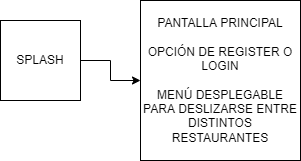
angelcriber99/jerou keeps this draw.io diagram as Diagrama sin título.drawio.png. Above is the earlier version. Source tidied: cells renumbered, new cells last; positions are measured from the earlier drawing's top-left corner, leaving out a move shared by most shapes.
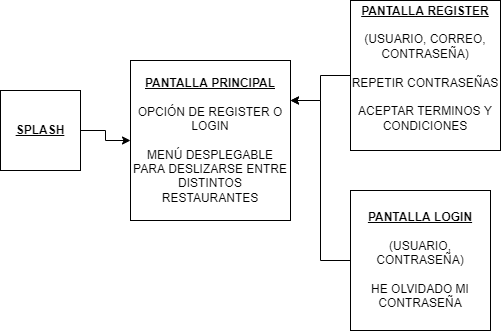
Above is the later version.

Change to the diagram source:
```diff
@@ -5,11 +5,23 @@
     <mxCell id="2" style="edgeStyle=orthogonalEdgeStyle;rounded=0;jettySize=auto;html=1;" parent="1" edge="1" source="3" target="4">
       <mxGeometry relative="1" as="geometry" />
     </mxCell>
-    <mxCell id="3" value="SPLASH" style="whiteSpace=wrap;html=1;" parent="1" vertex="1">
+    <mxCell id="3" value="&lt;b&gt;&lt;u&gt;SPLASH&lt;/u&gt;&lt;/b&gt;" style="whiteSpace=wrap;html=1;" parent="1" vertex="1">
       <mxGeometry y="20" width="80" height="80" as="geometry" />
     </mxCell>
-    <mxCell id="4" value="PANTALLA PRINCIPAL&lt;br&gt;&lt;br&gt;OPCIÓN DE REGISTER O LOGIN&lt;br&gt;&lt;br&gt;MENÚ DESPLEGABLE PARA DESLIZARSE ENTRE DISTINTOS RESTAURANTES" style="whiteSpace=wrap;html=1;" parent="1" vertex="1">
-      <mxGeometry x="140" width="160" height="160" as="geometry" />
+    <mxCell id="4" value="&lt;b&gt;&lt;u&gt;PANTALLA PRINCIPAL&lt;/u&gt;&lt;/b&gt;&lt;br&gt;&lt;br&gt;OPCIÓN DE REGISTER O LOGIN&lt;br&gt;&lt;br&gt;MENÚ DESPLEGABLE PARA DESLIZARSE ENTRE DISTINTOS RESTAURANTES" style="whiteSpace=wrap;html=1;" parent="1" vertex="1">
+      <mxGeometry x="130" y="-10" width="160" height="160" as="geometry" />
     </mxCell>
+    <mxCell id="5" style="edgeStyle=orthogonalEdgeStyle;rounded=0;jettySize=auto;html=1;entryX=1;entryY=0.25;entryDx=0;entryDy=0;" parent="1" edge="1" source="6" target="4">
+      <mxGeometry relative="1" as="geometry" />
+    </mxCell>
+    <mxCell id="6" value="&lt;b&gt;&lt;u&gt;PANTALLA REGISTER&lt;/u&gt;&lt;/b&gt;&lt;br&gt;&lt;br&gt;(USUARIO, CORREO, CONTRASEÑA)&lt;br&gt;&lt;br&gt;REPETIR CONTRASEÑAS&lt;br&gt;&lt;br&gt;ACEPTAR TERMINOS Y CONDICIONES&lt;br&gt;&lt;br&gt;" style="whiteSpace=wrap;html=1;" parent="1" vertex="1">
+      <mxGeometry x="350" y="-70" width="150" height="150" as="geometry" />
+    </mxCell>
+    <mxCell id="7" style="edgeStyle=orthogonalEdgeStyle;rounded=0;jettySize=auto;html=1;entryX=1;entryY=0.25;entryDx=0;entryDy=0;" parent="1" edge="1" source="8" target="4">
+      <mxGeometry relative="1" as="geometry" />
+    </mxCell>
+    <mxCell id="8" value="&lt;b&gt;&lt;u&gt;PANTALLA LOGIN&lt;/u&gt;&lt;/b&gt;&lt;br&gt;&lt;br&gt;(USUARIO, CONTRASEÑA)&lt;br&gt;&lt;br&gt;HE OLVIDADO MI CONTRASEÑA" style="whiteSpace=wrap;html=1;" parent="1" vertex="1">
+      <mxGeometry x="350" y="120" width="140" height="140" as="geometry" />
+    </mxCell>
   </root>
 </mxGraphModel>
```
